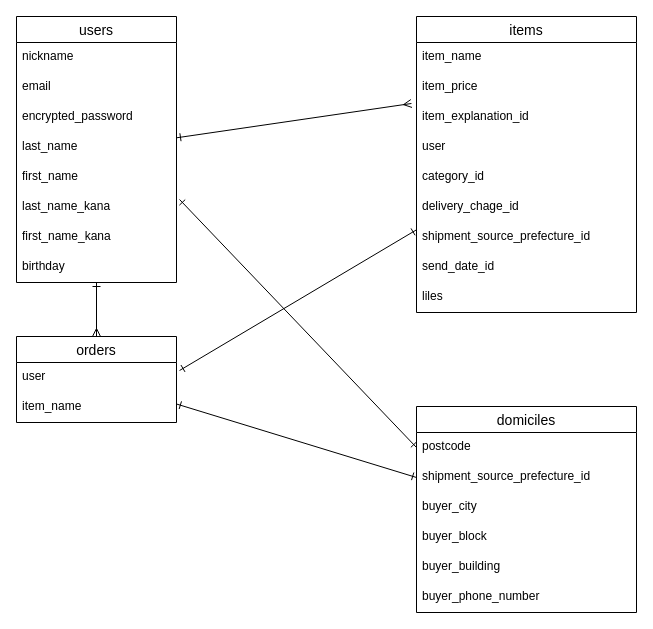
Above: furima.dio in Yukkiyss/furima-38005 (draw.io), before the change. Source tidied: cells renumbered, new cells numbered last; positions are measured from the earlier drawing's top-left corner, leaving out a move shared by most shapes. Both pictures are drawn from the tidied source at 100%, with x=0, y=0 at pixel (16, 16).
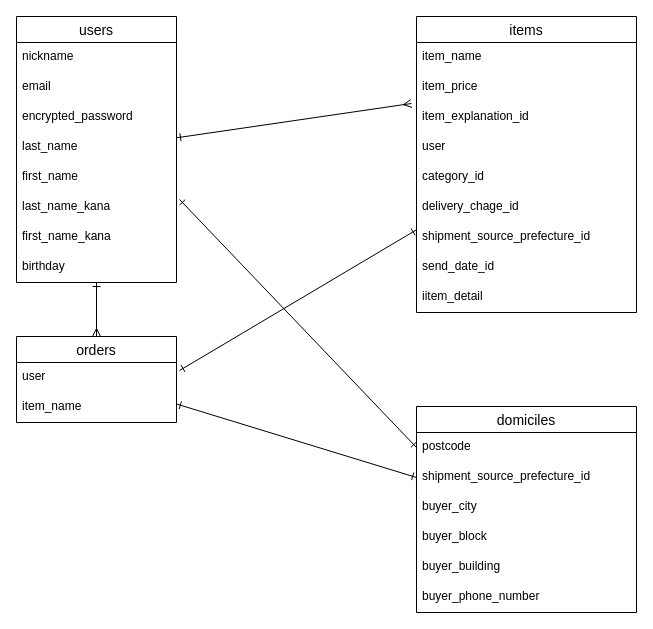
After the change.

Commit message (it also covers changes not shown here):
itemsテーブル　カラム名・型修正

Unchanged cells that the change refers to:
```xml
<mxCell id="14" value="items" style="swimlane;fontStyle=0;horizontal=1;startSize=26;align=center;fontSize=14;" parent="1" vertex="1">
  <mxGeometry x="400" width="220" height="296" as="geometry" />
</mxCell>
```

The edit, as a diff of the source:
```diff
@@
-    <mxCell id="23" value="liles" style="text;strokeColor=none;fillColor=none;spacingLeft=4;spacingRight=4;overflow=hidden;fontSize=12;" parent="14" vertex="1">
+    <mxCell id="23" value="iitem_detail" style="text;strokeColor=none;fillColor=none;spacingLeft=4;spacingRight=4;overflow=hidden;fontSize=12;" parent="14" vertex="1">
       <mxGeometry y="266" width="220" height="30" as="geometry" />
     </mxCell>
```
